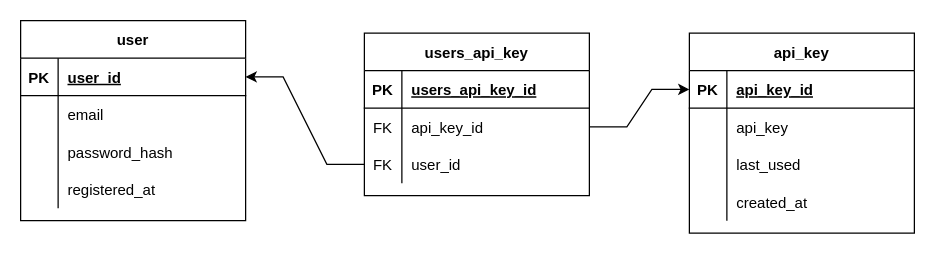
Sanil2108/machine-learning-model-monitoring keeps this draw.io diagram as main-instance-services/rest-api-service/erd.drawio. Above is the earlier version. Source tidied: cells renumbered, new cells numbered last; positions are measured from the earlier drawing's top-left corner, leaving out a move shared by most shapes. Both pictures are drawn from the tidied source at 125%, with x=0, y=0 at pixel (20, 20).
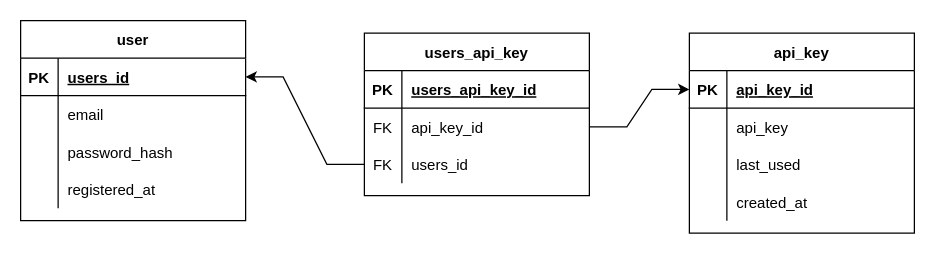
The same diagram, later.

Commit message:
user_id -> users_id

The change refers to these unchanged cells:
```xml
<mxCell id="3" style="shape=partialRectangle;fillColor=none;top=0;left=0;bottom=1;right=0;points=[[0,0.5],[1,0.5]];portConstraint=eastwest;" parent="2" vertex="1">
  <mxGeometry y="30" width="180" height="30" as="geometry" />
</mxCell>
<mxCell id="35" style="shape=partialRectangle;fillColor=none;top=0;left=0;bottom=0;right=0;points=[[0,0.5],[1,0.5]];portConstraint=eastwest;" parent="28" vertex="1">
  <mxGeometry y="90" width="180" height="30" as="geometry" />
</mxCell>
```

Diff of the diagram source:
```diff
@@
-    <mxCell id="5" value="user_id" style="shape=partialRectangle;fillColor=none;top=0;left=0;bottom=0;right=0;align=left;spacingLeft=6;fontStyle=5;overflow=hidden;" parent="3" vertex="1">
+    <mxCell id="5" value="users_id" style="shape=partialRectangle;fillColor=none;top=0;left=0;bottom=0;right=0;align=left;spacingLeft=6;fontStyle=5;overflow=hidden;" parent="3" vertex="1">
       <mxGeometry x="30" width="150" height="30" as="geometry" />
     </mxCell>
@@
-    <mxCell id="37" value="user_id" style="shape=partialRectangle;fillColor=none;top=0;left=0;bottom=0;right=0;align=left;spacingLeft=6;overflow=hidden;" parent="35" vertex="1">
+    <mxCell id="37" value="users_id" style="shape=partialRectangle;fillColor=none;top=0;left=0;bottom=0;right=0;align=left;spacingLeft=6;overflow=hidden;" parent="35" vertex="1">
       <mxGeometry x="30" width="150" height="30" as="geometry" />
     </mxCell>
```
